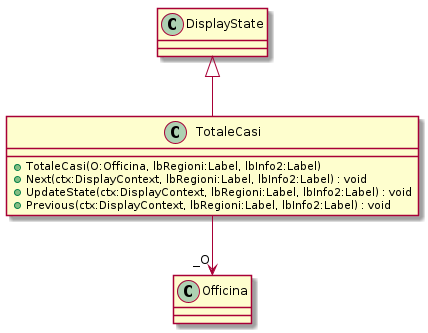
Before: uml/Properties/State/TotaleCasi.png, a diagram exported from PlantUML (Matteoserafini-lab/PMO_Proj-DatiCovid).
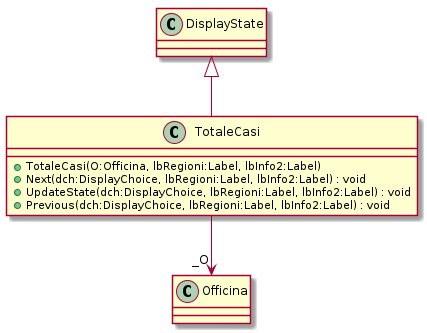
Later version of the same file.

Diff of the diagram source:
```diff
@@ -1,9 +1,9 @@
 @startuml
 class TotaleCasi {
     + TotaleCasi(O:Officina, lbRegioni:Label, lbInfo2:Label)
-    + Next(ctx:DisplayContext, lbRegioni:Label, lbInfo2:Label) : void
-    + UpdateState(ctx:DisplayContext, lbRegioni:Label, lbInfo2:Label) : void
-    + Previous(ctx:DisplayContext, lbRegioni:Label, lbInfo2:Label) : void
+    + Next(dch:DisplayChoice, lbRegioni:Label, lbInfo2:Label) : void
+    + UpdateState(dch:DisplayChoice, lbRegioni:Label, lbInfo2:Label) : void
+    + Previous(dch:DisplayChoice, lbRegioni:Label, lbInfo2:Label) : void
 }
 DisplayState <|-- TotaleCasi
 TotaleCasi --> "_O" Officina
```
